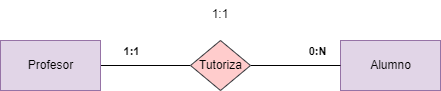
Earlier version of the draw.io export tareas/unidad-2/tarea-1/imágenes/ejercicio2.drawio.png (ManuelsDAM/base-datos). Source tidied: cells renumbered, new cells last; positions are measured from the earlier drawing's top-left corner, leaving out a move shared by most shapes. Source of this version:
```xml
<mxGraphModel>
  <root>
    <mxCell id="0" />
    <mxCell id="1" parent="0" />
    <mxCell id="2" style="edgeStyle=none;html=1;exitX=1;exitY=0.5;exitDx=0;exitDy=0;entryX=0;entryY=0.5;entryDx=0;entryDy=0;endArrow=none;endFill=0;" parent="1" edge="1" source="4" target="9">
      <mxGeometry relative="1" as="geometry" />
    </mxCell>
    <mxCell id="3" value="&lt;b&gt;1:1&lt;/b&gt;" style="edgeLabel;html=1;align=center;verticalAlign=middle;" parent="2" vertex="1">
      <mxGeometry x="-0.34" y="1" relative="1" as="geometry">
        <mxPoint y="-14" as="offset" />
      </mxGeometry>
    </mxCell>
    <mxCell id="4" value="Profesor" style="html=1;dashed=0;whitespace=wrap;fillColor=#e1d5e7;strokeColor=#9673a6;" parent="1" vertex="1">
      <mxGeometry y="40" width="100" height="50" as="geometry" />
    </mxCell>
    <mxCell id="5" value="Alumno" style="html=1;dashed=0;whitespace=wrap;fillColor=#e1d5e7;strokeColor=#9673a6;" parent="1" vertex="1">
      <mxGeometry x="340" y="40" width="100" height="50" as="geometry" />
    </mxCell>
    <mxCell id="6" style="edgeStyle=none;html=1;exitX=1;exitY=0.5;exitDx=0;exitDy=0;entryX=0;entryY=0.5;entryDx=0;entryDy=0;endArrow=none;endFill=0;" parent="1" edge="1" source="9" target="5">
      <mxGeometry relative="1" as="geometry" />
    </mxCell>
    <mxCell id="7" value="&lt;b&gt;0:N&lt;/b&gt;" style="edgeLabel;html=1;align=center;verticalAlign=middle;" parent="6" vertex="1">
      <mxGeometry x="0.46" y="-1" relative="1" as="geometry">
        <mxPoint y="-16" as="offset" />
      </mxGeometry>
    </mxCell>
    <mxCell id="8" value="1:1&#10;" style="group;" parent="1" vertex="1">
      <mxGeometry x="190" width="60" height="90" as="geometry" />
    </mxCell>
    <mxCell id="9" value="Tutoriza" style="shape=rhombus;html=1;dashed=0;whitespace=wrap;perimeter=rhombusPerimeter;fillColor=#ffcccc;strokeColor=#36393d;" parent="8" vertex="1">
      <mxGeometry y="40" width="60" height="50" as="geometry" />
    </mxCell>
  </root>
</mxGraphModel>
```
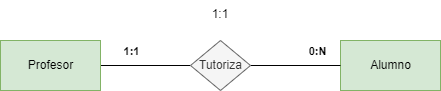
The same file after the commit.

What changed in the source:
```diff
@@ -10,10 +10,10 @@
         <mxPoint y="-14" as="offset" />
       </mxGeometry>
     </mxCell>
-    <mxCell id="4" value="Profesor" style="html=1;dashed=0;whitespace=wrap;fillColor=#e1d5e7;strokeColor=#9673a6;" parent="1" vertex="1">
+    <mxCell id="4" value="Profesor" style="html=1;dashed=0;whitespace=wrap;fillColor=#d5e8d4;strokeColor=#82b366;" parent="1" vertex="1">
       <mxGeometry y="40" width="100" height="50" as="geometry" />
     </mxCell>
-    <mxCell id="5" value="Alumno" style="html=1;dashed=0;whitespace=wrap;fillColor=#e1d5e7;strokeColor=#9673a6;" parent="1" vertex="1">
+    <mxCell id="5" value="Alumno" style="html=1;dashed=0;whitespace=wrap;fillColor=#d5e8d4;strokeColor=#82b366;" parent="1" vertex="1">
       <mxGeometry x="340" y="40" width="100" height="50" as="geometry" />
     </mxCell>
     <mxCell id="6" style="edgeStyle=none;html=1;exitX=1;exitY=0.5;exitDx=0;exitDy=0;entryX=0;entryY=0.5;entryDx=0;entryDy=0;endArrow=none;endFill=0;" parent="1" edge="1" source="9" target="5">
@@ -27,7 +27,7 @@
     <mxCell id="8" value="1:1&#10;" style="group;" parent="1" vertex="1">
       <mxGeometry x="190" width="60" height="90" as="geometry" />
     </mxCell>
-    <mxCell id="9" value="Tutoriza" style="shape=rhombus;html=1;dashed=0;whitespace=wrap;perimeter=rhombusPerimeter;fillColor=#ffcccc;strokeColor=#36393d;" parent="8" vertex="1">
+    <mxCell id="9" value="Tutoriza" style="shape=rhombus;html=1;dashed=0;whitespace=wrap;perimeter=rhombusPerimeter;fillColor=#f5f5f5;strokeColor=#666666;fontColor=#333333;" parent="8" vertex="1">
       <mxGeometry y="40" width="60" height="50" as="geometry" />
     </mxCell>
   </root>
```
